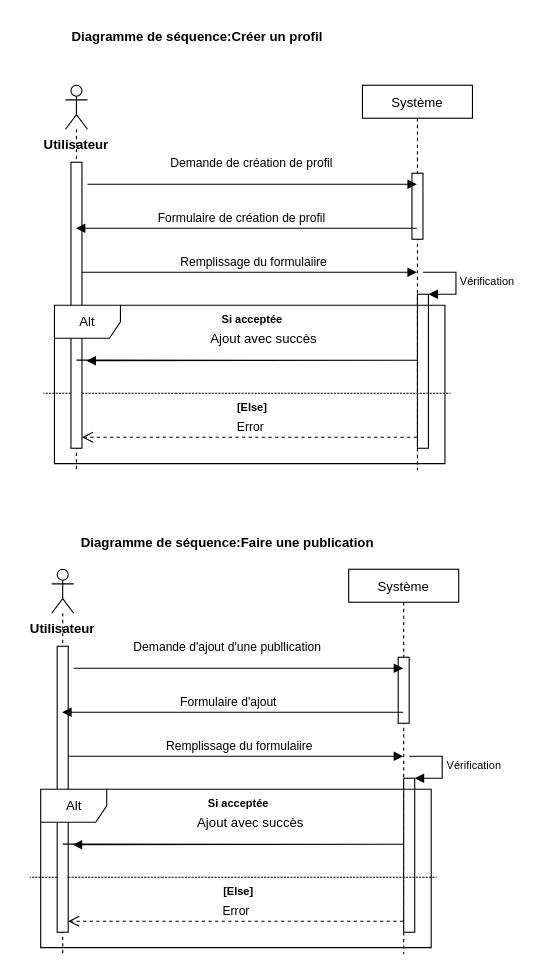
Before: DiagrammeDeSéquence.drawio in Adjaro/Projet_Poo, a draw.io diagram. Source tidied: cells renumbered, new cells numbered last; positions are measured from the earlier drawing's top-left corner, leaving out a move shared by most shapes. Both pictures are drawn from the tidied source at 110%, with x=0, y=0 at pixel (19, 19).
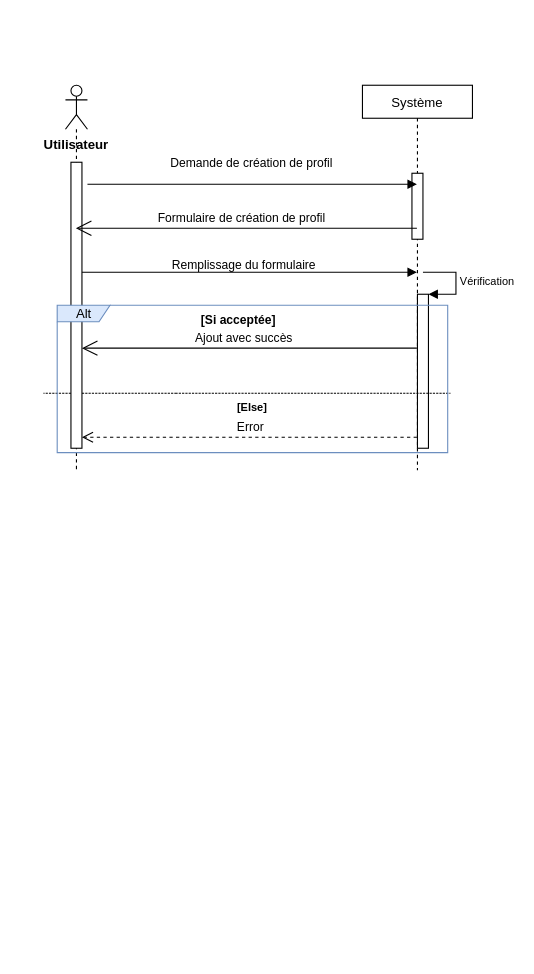
The same page after the edit.

Commit message:
Mettre à jour DiagrammeDeSéquence.drawio

The change refers to these unchanged cells:
```xml
<mxCell id="2" value="Système" style="shape=umlLifeline;perimeter=lifelinePerimeter;rounded=0;shadow=0;strokeWidth=1;size=30;" parent="1" vertex="1">
  <mxGeometry x="312" y="60" width="100" height="350" as="geometry" />
</mxCell>
<mxCell id="7" style="shape=umlLifeline;participant=umlActor;perimeter=lifelinePerimeter;whiteSpace=wrap;html=1;verticalAlign=top;spacingTop=36;outlineConnect=0;" parent="1" vertex="1">
  <mxGeometry x="42" y="60" width="20" height="350" as="geometry" />
</mxCell>
<mxCell id="8" style="html=1;points=[];perimeter=orthogonalPerimeter;" parent="7" vertex="1">
  <mxGeometry x="5" y="70" width="10" height="260" as="geometry" />
</mxCell>
```

Change to the diagram source:
```diff
@@
-    <mxCell id="10" value="&lt;font style=&quot;font-size: 12px;&quot;&gt;Ajout avec succès&lt;/font&gt;" style="html=1;verticalAlign=bottom;endArrow=block;rounded=0;fontSize=10;entryX=1.412;entryY=0.694;entryDx=0;entryDy=0;entryPerimeter=0;exitX=0.5;exitY=0.692;exitDx=0;exitDy=0;exitPerimeter=0;" parent="7" edge="1" source="8" target="8">
-      <mxGeometry x="-0.44" y="10" relative="1" as="geometry">
-        <Array as="points">
-          <mxPoint x="320" y="250" />
-        </Array>
-        <mxPoint x="-1" as="offset" />
-      </mxGeometry>
-    </mxCell>
@@
-    <mxCell id="12" value="Remplissage du formulaiire" style="html=1;verticalAlign=bottom;endArrow=block;rounded=0;" parent="1" edge="1" source="2" target="7">
-      <mxGeometry x="-0.04" y="40" relative="1" as="geometry">
-        <Array as="points">
-          <mxPoint x="122" y="190" />
-        </Array>
-      </mxGeometry>
-    </mxCell>
@@
-    <mxCell id="14" value="Si acceptée" style="text;align=center;fontStyle=1;verticalAlign=middle;spacingLeft=3;spacingRight=3;strokeColor=none;fontSize=10;" parent="1" vertex="1">
-      <mxGeometry x="177" y="260" width="70" height="26" as="geometry" />
-    </mxCell>
@@
-    <mxCell id="16" value="Alt" style="shape=umlFrame;whiteSpace=wrap;html=1;" parent="1" vertex="1">
-      <mxGeometry x="32" y="260" width="355" height="144" as="geometry" />
+    <mxCell id="16" value="Alt" style="shape=umlFrame;whiteSpace=wrap;html=1;width=48;height=15;fillColor=#DAE8FC;strokeColor=#6c8ebf;" parent="1" vertex="1">
+      <mxGeometry x="34.5" y="260" width="355" height="134" as="geometry" />
     </mxCell>
-    <mxCell id="17" value="Système" style="shape=umlLifeline;perimeter=lifelinePerimeter;rounded=0;shadow=0;strokeWidth=1;size=30;" parent="1" vertex="1">
-      <mxGeometry x="299.5" y="500" width="100" height="350" as="geometry" />
-    </mxCell>
-    <mxCell id="18" style="perimeter=orthogonalPerimeter;rounded=0;shadow=0;strokeWidth=1;" parent="17" vertex="1">
-      <mxGeometry x="45" y="80" width="10" height="60" as="geometry" />
-    </mxCell>
-    <mxCell id="19" style="html=1;points=[];perimeter=orthogonalPerimeter;fontSize=10;" parent="17" vertex="1">
-      <mxGeometry x="50" y="190" width="10" height="140" as="geometry" />
-    </mxCell>
-    <mxCell id="20" value="Vérification" style="edgeStyle=orthogonalEdgeStyle;html=1;align=left;spacingLeft=2;endArrow=block;rounded=0;entryX=1;entryY=0;fontSize=10;" parent="17" edge="1" target="19">
-      <mxGeometry relative="1" as="geometry">
-        <mxPoint x="55" y="170" as="sourcePoint" />
-        <Array as="points">
-          <mxPoint x="85" y="170" />
-        </Array>
-      </mxGeometry>
-    </mxCell>
-    <mxCell id="21" style="endArrow=none;html=1;rounded=0;dashed=1;dashPattern=1 2;" parent="17" edge="1">
-      <mxGeometry relative="1" as="geometry">
-        <mxPoint x="-170" y="280" as="sourcePoint" />
-        <mxPoint x="-170" y="280" as="targetPoint" />
-        <Array as="points">
-          <mxPoint x="-290" y="280" />
-          <mxPoint x="80" y="280" />
-        </Array>
-      </mxGeometry>
-    </mxCell>
-    <mxCell id="22" style="shape=umlLifeline;participant=umlActor;perimeter=lifelinePerimeter;whiteSpace=wrap;html=1;verticalAlign=top;spacingTop=36;outlineConnect=0;" parent="1" vertex="1">
-      <mxGeometry x="29.5" y="500" width="20" height="350" as="geometry" />
-    </mxCell>
-    <mxCell id="23" style="html=1;points=[];perimeter=orthogonalPerimeter;" parent="22" vertex="1">
-      <mxGeometry x="5" y="70" width="10" height="260" as="geometry" />
-    </mxCell>
-    <mxCell id="24" value="Demande d'ajout d'une publlication" style="html=1;verticalAlign=bottom;endArrow=block;rounded=0;" parent="22" edge="1" target="17">
-      <mxGeometry x="-0.07" y="10" relative="1" as="geometry">
-        <mxPoint x="20" y="90" as="sourcePoint" />
-      </mxGeometry>
-    </mxCell>
-    <mxCell id="25" value="&lt;font style=&quot;font-size: 12px;&quot;&gt;Ajout avec succès&lt;/font&gt;" style="html=1;verticalAlign=bottom;endArrow=block;rounded=0;fontSize=10;entryX=1.412;entryY=0.694;entryDx=0;entryDy=0;entryPerimeter=0;exitX=0.5;exitY=0.692;exitDx=0;exitDy=0;exitPerimeter=0;" parent="22" edge="1" source="23" target="23">
-      <mxGeometry x="-0.44" y="10" relative="1" as="geometry">
-        <Array as="points">
-          <mxPoint x="320" y="250" />
-        </Array>
-        <mxPoint x="-1" as="offset" />
-      </mxGeometry>
-    </mxCell>
-    <mxCell id="26" value="Formulaire d'ajout" style="html=1;verticalAlign=bottom;endArrow=block;rounded=0;" parent="1" edge="1" source="23" target="17">
-      <mxGeometry x="-0.05" y="40" relative="1" as="geometry">
-        <Array as="points">
-          <mxPoint x="209.5" y="670" />
-          <mxPoint x="249.5" y="670" />
-          <mxPoint x="299.5" y="670" />
-        </Array>
-      </mxGeometry>
-    </mxCell>
-    <mxCell id="27" value="Remplissage du formulaiire" style="html=1;verticalAlign=bottom;endArrow=block;rounded=0;" parent="1" edge="1" source="17" target="22">
-      <mxGeometry x="-0.04" y="40" relative="1" as="geometry">
-        <Array as="points">
-          <mxPoint x="109.5" y="630" />
-        </Array>
-      </mxGeometry>
-    </mxCell>
-    <mxCell id="28" value="Error" style="html=1;verticalAlign=bottom;endArrow=open;dashed=1;endSize=8;rounded=0;" parent="1" edge="1" source="17" target="23">
-      <mxGeometry relative="1" as="geometry">
-        <Array as="points">
-          <mxPoint x="289.5" y="820" />
-          <mxPoint x="269.5" y="820" />
-          <mxPoint x="209.5" y="820" />
-          <mxPoint x="159.5" y="820" />
-          <mxPoint x="59.5" y="820" />
-        </Array>
-      </mxGeometry>
-    </mxCell>
-    <mxCell id="29" value="Si acceptée" style="text;align=center;fontStyle=1;verticalAlign=middle;spacingLeft=3;spacingRight=3;strokeColor=none;fontSize=10;" parent="1" vertex="1">
-      <mxGeometry x="164.5" y="700" width="70" height="26" as="geometry" />
-    </mxCell>
-    <mxCell id="30" value="[Else]" style="text;align=center;fontStyle=1;verticalAlign=middle;spacingLeft=3;spacingRight=3;strokeColor=none;fontSize=10;" parent="1" vertex="1">
-      <mxGeometry x="159.5" y="780" width="80" height="26" as="geometry" />
-    </mxCell>
-    <mxCell id="31" value="Alt" style="shape=umlFrame;whiteSpace=wrap;html=1;" parent="1" vertex="1">
-      <mxGeometry x="19.5" y="700" width="355" height="144" as="geometry" />
-    </mxCell>
@@
-    <mxCell id="33" value="Utilisateur" style="text;align=center;fontStyle=1;verticalAlign=middle;spacingLeft=3;spacingRight=3;strokeColor=none;fontSize=12;" parent="1" vertex="1">
-      <mxGeometry x="-0.5" y="540" width="80" height="26" as="geometry" />
-    </mxCell>
-    <mxCell id="34" value="Diagramme de séquence:Créer un profil" style="text;align=center;fontStyle=1;verticalAlign=middle;spacingLeft=3;spacingRight=3;strokeColor=none;fontSize=12;" parent="1" vertex="1">
-      <mxGeometry x="112" width="100" height="30" as="geometry" />
-    </mxCell>
-    <mxCell id="35" value="Diagramme de séquence:Faire une publication" style="text;align=center;fontStyle=1;verticalAlign=middle;spacingLeft=3;spacingRight=3;strokeColor=none;fontSize=12;" parent="1" vertex="1">
-      <mxGeometry x="139.5" y="460" width="100" height="30" as="geometry" />
-    </mxCell>
+    <mxCell id="12" style="endArrow=open;endFill=1;endSize=12;html=1;rounded=0;" parent="1" edge="1" source="2" target="7">
+      <mxGeometry relative="1" as="geometry">
+        <Array as="points">
+          <mxPoint x="182" y="190" />
+        </Array>
+      </mxGeometry>
+    </mxCell>
+    <mxCell id="36" style="endArrow=open;endFill=1;endSize=12;html=1;rounded=0;entryX=1;entryY=0.65;entryDx=0;entryDy=0;entryPerimeter=0;" parent="1" edge="1" source="2" target="8">
+      <mxGeometry relative="1" as="geometry">
+        <Array as="points">
+          <mxPoint x="92" y="299" />
+        </Array>
+      </mxGeometry>
+    </mxCell>
+    <mxCell id="37" value="Remplissage du formulaire" style="text;align=center;fontStyle=0;verticalAlign=middle;spacingLeft=3;spacingRight=3;strokeColor=none;fontSize=11;" parent="1" vertex="1">
+      <mxGeometry x="164.5" y="210" width="80" height="26" as="geometry" />
+    </mxCell>
+    <mxCell id="38" value="[Si acceptée]" style="text;align=center;fontStyle=1;verticalAlign=middle;spacingLeft=3;spacingRight=3;strokeColor=none;fontSize=11;" parent="1" vertex="1">
+      <mxGeometry x="159.5" y="260" width="80" height="26" as="geometry" />
+    </mxCell>
+    <mxCell id="39" value="Ajout avec succès" style="text;align=center;fontStyle=0;verticalAlign=middle;spacingLeft=3;spacingRight=3;strokeColor=none;fontSize=11;" parent="1" vertex="1">
+      <mxGeometry x="164.5" y="276" width="80" height="26" as="geometry" />
+    </mxCell>
```
